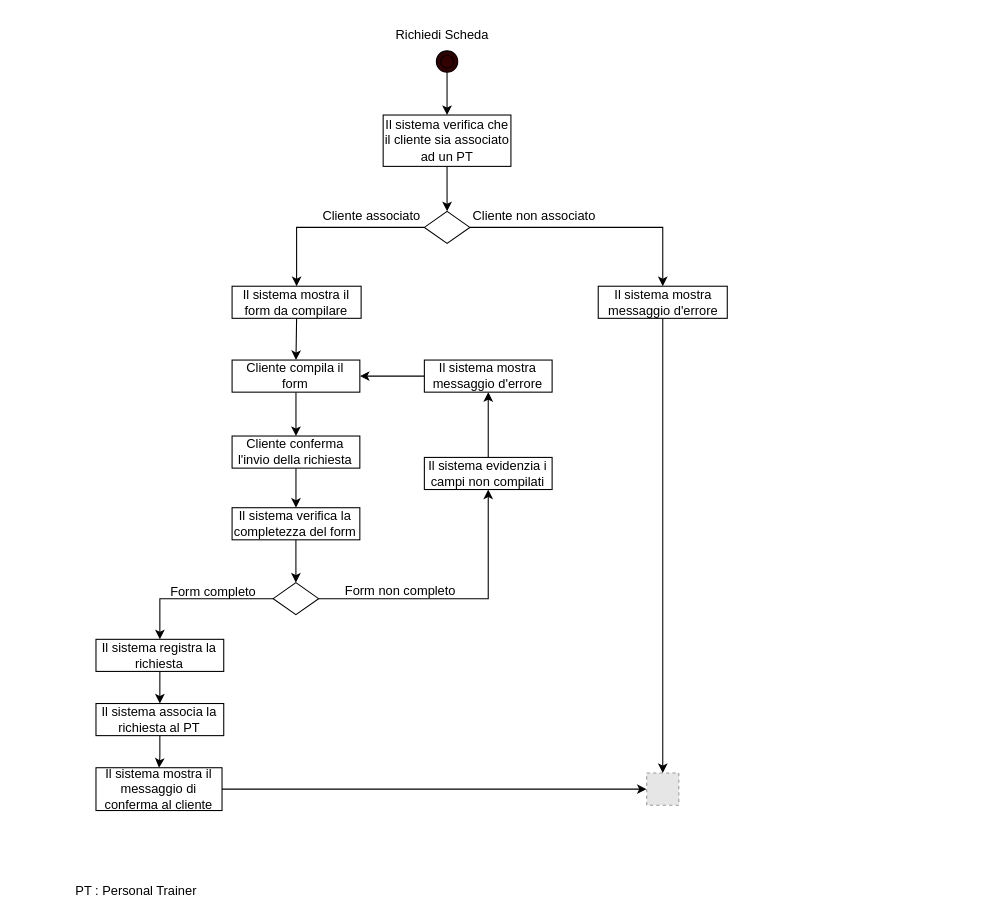
This is page "Pagina-1" (1 of 2) of ActivityDiagram/RichiediScheda.drawio from FedericoSib/FitPlan, a draw.io file, before an edit. Source tidied: cells renumbered, new cells numbered last; positions are measured from the earlier drawing's top-left corner, leaving out a move shared by most shapes. Both pictures are drawn from the tidied source at 107%, with x=0, y=0 at pixel (18, 18). Pictures stored in the file or linked from it are replaced by grey dashed boxes.
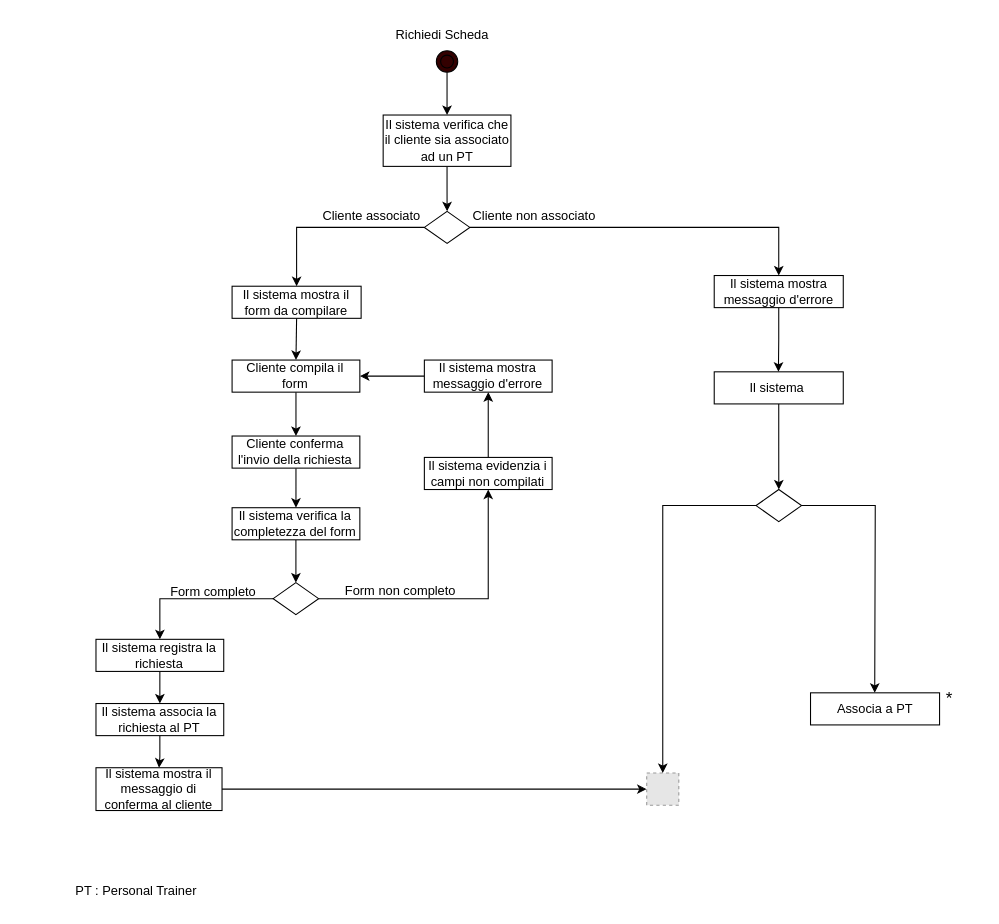
The same diagram, later.

The change refers to these unchanged cells:
```xml
<mxCell id="36" style="fillColor=#E6E6E6;strokeColor=#999999;dashed=1;html=1;verticalAlign=top;verticalLabelPosition=bottom;labelBackgroundColor=#ffffff;" parent="1" vertex="1">
  <mxGeometry x="586.9" y="705" width="30" height="30" as="geometry" />
</mxCell>
```

Change to the diagram source:
```diff
@@
-    <mxCell id="37" style="edgeStyle=orthogonalEdgeStyle;rounded=0;jettySize=auto;html=1;entryX=0.5;entryY=0;entryDx=0;entryDy=0;" parent="1" edge="1" source="38" target="36">
+    <mxCell id="37" style="edgeStyle=orthogonalEdgeStyle;rounded=0;jettySize=auto;html=1;entryX=0.5;entryY=0;entryDx=0;entryDy=0;exitX=0;exitY=0.5;exitDx=0;exitDy=0;" parent="1" edge="1" source="41" target="36">
       <mxGeometry relative="1" as="geometry" />
     </mxCell>
     <mxCell id="38" value="Il sistema mostra messaggio d'errore" style="rounded=0;whiteSpace=wrap;html=1;" parent="1" vertex="1">
-      <mxGeometry x="541.6" y="250" width="120.6" height="30" as="geometry" />
+      <mxGeometry x="650" y="240" width="120.6" height="30" as="geometry" />
     </mxCell>
+    <mxCell id="39" value="&amp;nbsp;" style="text;html=1;whiteSpace=wrap;strokeColor=none;fillColor=none;align=center;verticalAlign=middle;rounded=0;fontSize=16;" parent="1" vertex="1">
+      <mxGeometry x="690" y="320" width="60" height="30" as="geometry" />
+    </mxCell>
+    <mxCell id="40" style="edgeStyle=orthogonalEdgeStyle;rounded=0;jettySize=auto;html=1;entryX=0.5;entryY=0;entryDx=0;entryDy=0;exitX=0.5;exitY=1;exitDx=0;exitDy=0;" parent="1" edge="1" source="42" target="41">
+      <mxGeometry relative="1" as="geometry" />
+    </mxCell>
+    <mxCell id="41" style="rhombus;whiteSpace=wrap;html=1;" parent="1" vertex="1">
+      <mxGeometry x="689.1" y="440" width="42.5" height="30" as="geometry" />
+    </mxCell>
+    <mxCell id="42" value="Il sistema&amp;nbsp;" style="rounded=0;whiteSpace=wrap;html=1;" parent="1" vertex="1">
+      <mxGeometry x="650" y="330" width="120.6" height="30" as="geometry" />
+    </mxCell>
+    <mxCell id="43" style="edgeStyle=orthogonalEdgeStyle;rounded=0;jettySize=auto;html=1;exitX=0.5;exitY=1;exitDx=0;exitDy=0;" parent="1" edge="1" source="38">
+      <mxGeometry relative="1" as="geometry">
+        <mxPoint x="710" y="330" as="targetPoint" />
+      </mxGeometry>
+    </mxCell>
+    <mxCell id="44" style="edgeStyle=orthogonalEdgeStyle;rounded=0;jettySize=auto;html=1;exitX=1;exitY=0.5;exitDx=0;exitDy=0;" parent="1" edge="1" source="41">
+      <mxGeometry relative="1" as="geometry">
+        <mxPoint x="800" y="630" as="targetPoint" />
+      </mxGeometry>
+    </mxCell>
+    <mxCell id="45" value="Associa a PT" style="rounded=0;whiteSpace=wrap;html=1;" parent="1" vertex="1">
+      <mxGeometry x="740" y="630" width="120.6" height="30" as="geometry" />
+    </mxCell>
+    <mxCell id="46" value="*" style="text;html=1;whiteSpace=wrap;strokeColor=none;fillColor=none;align=center;verticalAlign=middle;rounded=0;fontSize=16;" parent="1" vertex="1">
+      <mxGeometry x="840" y="620" width="60" height="30" as="geometry" />
+    </mxCell>
```
